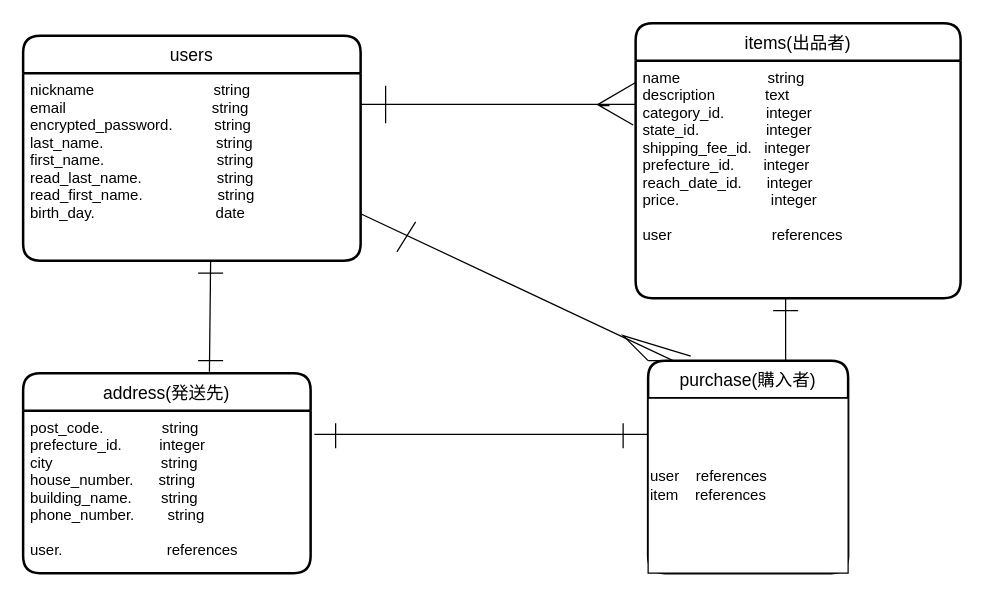
Above: furima.dio in eri0406/furima-381471 (draw.io), before the change. Source tidied: cells renumbered, new cells numbered last; positions are measured from the earlier drawing's top-left corner, leaving out a move shared by most shapes. Both pictures are drawn from the tidied source at 125%, with x=0, y=0 at pixel (22, 22).
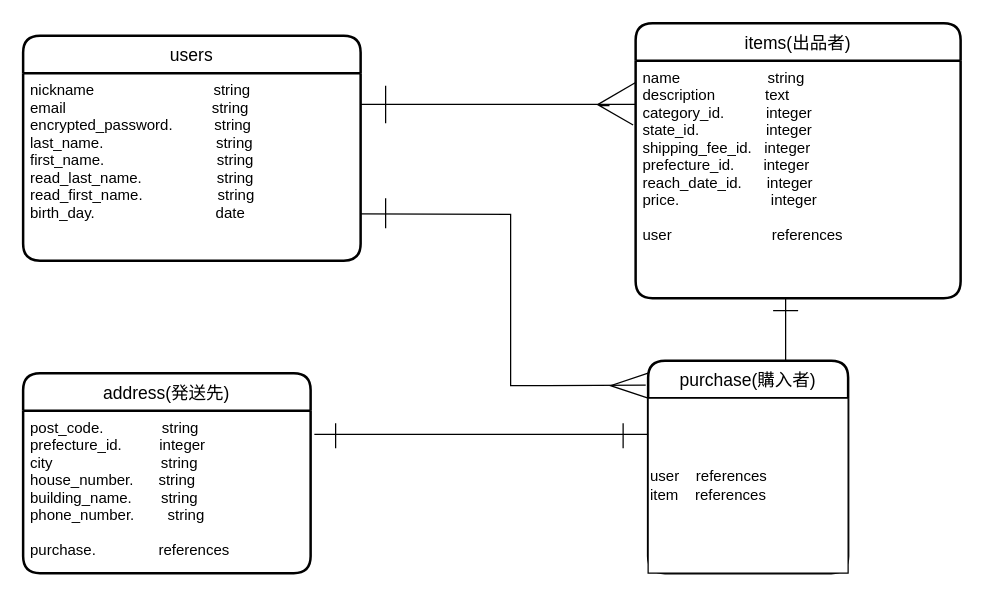
The same diagram, later.

Commit message (it also covers changes not shown here):
データベース設定の変更

Unchanged cells that the change refers to:
```xml
<mxCell id="3" value="nickname　                         string&#10;email                                   string&#10;encrypted_password.          string&#10;last_name.                           string&#10;first_name.                           string&#10;read_last_name.                  string&#10;read_first_name.                  string&#10;birth_day.                             date" style="align=left;strokeColor=none;fillColor=none;spacingLeft=4;fontSize=12;verticalAlign=top;" parent="2" vertex="1">
  <mxGeometry y="30" width="270" height="150" as="geometry" />
</mxCell>
<mxCell id="6" value="purchase(購入者)" style="swimlane;horizontal=1;startSize=30;rounded=1;fontSize=14;fontStyle=0;strokeWidth=2;shadow=0;dashed=0;align=center;" parent="1" vertex="1">
  <mxGeometry x="500" y="270" width="160" height="170" as="geometry" />
</mxCell>
<mxCell id="8" value="address(発送先)" style="swimlane;horizontal=1;startSize=30;rounded=1;fontSize=14;fontStyle=0;strokeWidth=2;shadow=0;dashed=0;align=center;" parent="1" vertex="1">
  <mxGeometry y="280" width="230" height="160" as="geometry" />
</mxCell>
```

What changed in the source:
```diff
@@
-    <mxCell id="9" value="post_code.              string     &#10;prefecture_id.         integer&#10;city                          string&#10;house_number.      string&#10;building_name.       string&#10;phone_number.        string&#10;&#10;user.                         references " style="align=left;strokeColor=none;fillColor=none;spacingLeft=4;fontSize=12;verticalAlign=top;" parent="8" vertex="1">
+    <mxCell id="9" value="post_code.              string     &#10;prefecture_id.         integer&#10;city                          string&#10;house_number.      string&#10;building_name.       string&#10;phone_number.        string&#10;&#10;purchase.               references&#10; " style="align=left;strokeColor=none;fillColor=none;spacingLeft=4;fontSize=12;verticalAlign=top;" parent="8" vertex="1">
       <mxGeometry y="30" width="230" height="130" as="geometry" />
     </mxCell>
@@
-    <mxCell id="16" style="endArrow=none;html=1;rounded=0;entryX=0.648;entryY=-0.007;entryDx=0;entryDy=0;entryPerimeter=0;" parent="1" edge="1" target="8">
-      <mxGeometry relative="1" as="geometry">
-        <mxPoint x="150" y="190" as="sourcePoint" />
-      </mxGeometry>
-    </mxCell>
-    <mxCell id="17" style="endArrow=none;html=1;rounded=0;" parent="1" edge="1">
-      <mxGeometry relative="1" as="geometry">
-        <mxPoint x="140" y="200" as="sourcePoint" />
-        <mxPoint x="160" y="200" as="targetPoint" />
-      </mxGeometry>
-    </mxCell>
-    <mxCell id="18" style="endArrow=none;html=1;rounded=0;" parent="1" edge="1">
-      <mxGeometry relative="1" as="geometry">
-        <mxPoint x="140" y="270" as="sourcePoint" />
-        <mxPoint x="160" y="270" as="targetPoint" />
-      </mxGeometry>
-    </mxCell>
@@
-    <mxCell id="22" style="endArrow=none;html=1;rounded=0;exitX=1;exitY=0.75;exitDx=0;exitDy=0;entryX=0;entryY=0;entryDx=0;entryDy=0;" parent="1" edge="1" source="3" target="6">
+    <mxCell id="22" style="endArrow=none;html=1;rounded=0;exitX=1;exitY=0.75;exitDx=0;exitDy=0;entryX=-0.012;entryY=0.115;entryDx=0;entryDy=0;entryPerimeter=0;" parent="1" edge="1" source="3" target="6">
       <mxGeometry relative="1" as="geometry">
         <Array as="points">
-          <mxPoint x="520" y="270" />
+          <mxPoint x="390" y="153" />
+          <mxPoint x="390" y="290" />
+          <mxPoint x="420" y="290" />
         </Array>
       </mxGeometry>
     </mxCell>
     <mxCell id="23" style="endArrow=none;html=1;rounded=0;" parent="1" edge="1">
       <mxGeometry relative="1" as="geometry">
-        <mxPoint x="299" y="183" as="sourcePoint" />
-        <mxPoint x="314" y="159" as="targetPoint" />
+        <mxPoint x="290" y="164" as="sourcePoint" />
+        <mxPoint x="290" y="140" as="targetPoint" />
       </mxGeometry>
     </mxCell>
-    <mxCell id="24" style="endArrow=none;html=1;rounded=0;entryX=0.213;entryY=-0.021;entryDx=0;entryDy=0;entryPerimeter=0;" parent="1" edge="1" target="6">
-      <mxGeometry relative="1" as="geometry">
-        <mxPoint x="500" y="270" as="sourcePoint" />
-        <Array as="points">
-          <mxPoint x="480" y="250" />
-        </Array>
-      </mxGeometry>
-    </mxCell>
+    <mxCell id="25" style="endArrow=none;html=1;rounded=0;" parent="1" edge="1">
+      <mxGeometry relative="1" as="geometry">
+        <mxPoint x="500" y="300" as="sourcePoint" />
+        <mxPoint x="500" y="280" as="targetPoint" />
+        <Array as="points">
+          <mxPoint x="470" y="290" />
+        </Array>
+      </mxGeometry>
+    </mxCell>
```
